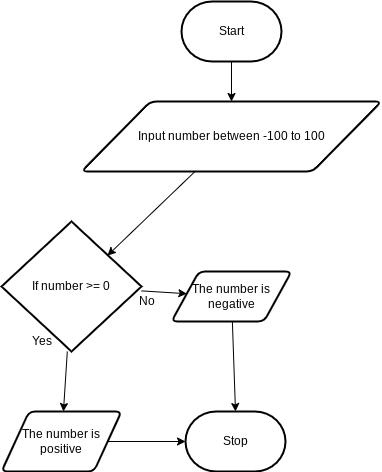
Before: design/flowchart.png, a diagram exported from draw.io (marshall-demars/ICS20-Unit5-02-JS). Source tidied: cells renumbered, new cells last; positions are measured from the earlier drawing's top-left corner, leaving out a move shared by most shapes. Source of this version:
```xml
<mxGraphModel>
  <root>
    <mxCell id="0" />
    <mxCell id="1" parent="0" />
    <mxCell id="2" style="edgeStyle=none;html=1;entryX=0.5;entryY=0;entryDx=0;entryDy=0;" parent="1" edge="1" source="3" target="5">
      <mxGeometry relative="1" as="geometry" />
    </mxCell>
    <mxCell id="3" value="Start" style="strokeWidth=2;html=1;shape=mxgraph.flowchart.terminator;whiteSpace=wrap;" parent="1" vertex="1">
      <mxGeometry x="180" width="100" height="60" as="geometry" />
    </mxCell>
    <mxCell id="4" style="edgeStyle=none;html=1;entryX=0.757;entryY=0.262;entryDx=0;entryDy=0;entryPerimeter=0;" parent="1" edge="1" source="5" target="8">
      <mxGeometry relative="1" as="geometry" />
    </mxCell>
    <mxCell id="5" value="Input number between -100 to 100" style="shape=parallelogram;html=1;strokeWidth=2;perimeter=parallelogramPerimeter;whiteSpace=wrap;rounded=1;arcSize=12;size=0.23;" parent="1" vertex="1">
      <mxGeometry x="80" y="100" width="300" height="70" as="geometry" />
    </mxCell>
    <mxCell id="6" style="edgeStyle=none;html=1;" parent="1" edge="1" source="8" target="10">
      <mxGeometry relative="1" as="geometry" />
    </mxCell>
    <mxCell id="7" style="edgeStyle=none;html=1;" parent="1" edge="1" source="8" target="13">
      <mxGeometry relative="1" as="geometry" />
    </mxCell>
    <mxCell id="8" value="If number &amp;gt;= 0" style="strokeWidth=2;html=1;shape=mxgraph.flowchart.decision;whiteSpace=wrap;" parent="1" vertex="1">
      <mxGeometry y="220" width="140" height="130" as="geometry" />
    </mxCell>
    <mxCell id="9" style="edgeStyle=none;html=1;" parent="1" edge="1" source="10" target="11">
      <mxGeometry relative="1" as="geometry" />
    </mxCell>
    <mxCell id="10" value="The number is positive" style="shape=parallelogram;html=1;strokeWidth=2;perimeter=parallelogramPerimeter;whiteSpace=wrap;rounded=1;arcSize=12;size=0.23;" parent="1" vertex="1">
      <mxGeometry y="410" width="120" height="60" as="geometry" />
    </mxCell>
    <mxCell id="11" value="Stop" style="strokeWidth=2;html=1;shape=mxgraph.flowchart.terminator;whiteSpace=wrap;" parent="1" vertex="1">
      <mxGeometry x="184" y="410" width="100" height="60" as="geometry" />
    </mxCell>
    <mxCell id="12" style="edgeStyle=none;html=1;entryX=0.5;entryY=0;entryDx=0;entryDy=0;entryPerimeter=0;" parent="1" edge="1" source="13" target="11">
      <mxGeometry relative="1" as="geometry" />
    </mxCell>
    <mxCell id="13" value="The number is negative" style="shape=parallelogram;html=1;strokeWidth=2;perimeter=parallelogramPerimeter;whiteSpace=wrap;rounded=1;arcSize=12;size=0.23;" parent="1" vertex="1">
      <mxGeometry x="170" y="270" width="120" height="50" as="geometry" />
    </mxCell>
    <mxCell id="14" value="Yes" style="text;html=1;align=center;verticalAlign=middle;fillColor=none;strokeColor=none;rounded=0;" parent="1" vertex="1">
      <mxGeometry x="20" y="330" width="40" height="20" as="geometry" />
    </mxCell>
    <mxCell id="15" value="No" style="text;html=1;align=center;verticalAlign=middle;fillColor=none;strokeColor=none;rounded=0;" parent="1" vertex="1">
      <mxGeometry x="130" y="290" width="30" height="20" as="geometry" />
    </mxCell>
  </root>
</mxGraphModel>
```
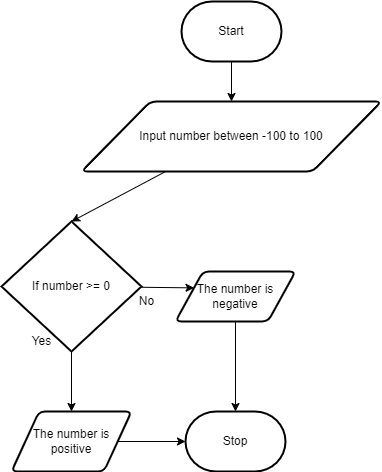
Later version of the same file.

What changed in the source:
```diff
@@ -8,7 +8,7 @@
     <mxCell id="3" value="Start" style="strokeWidth=2;html=1;shape=mxgraph.flowchart.terminator;whiteSpace=wrap;" parent="1" vertex="1">
       <mxGeometry x="180" width="100" height="60" as="geometry" />
     </mxCell>
-    <mxCell id="4" style="edgeStyle=none;html=1;entryX=0.757;entryY=0.262;entryDx=0;entryDy=0;entryPerimeter=0;" parent="1" edge="1" source="5" target="8">
+    <mxCell id="4" style="edgeStyle=none;html=1;entryX=0.5;entryY=0;entryDx=0;entryDy=0;entryPerimeter=0;" parent="1" edge="1" source="5" target="8">
       <mxGeometry relative="1" as="geometry" />
     </mxCell>
     <mxCell id="5" value="Input number between -100 to 100" style="shape=parallelogram;html=1;strokeWidth=2;perimeter=parallelogramPerimeter;whiteSpace=wrap;rounded=1;arcSize=12;size=0.23;" parent="1" vertex="1">
@@ -17,7 +17,7 @@
     <mxCell id="6" style="edgeStyle=none;html=1;" parent="1" edge="1" source="8" target="10">
       <mxGeometry relative="1" as="geometry" />
     </mxCell>
-    <mxCell id="7" style="edgeStyle=none;html=1;" parent="1" edge="1" source="8" target="13">
+    <mxCell id="7" style="edgeStyle=none;html=1;entryX=0;entryY=0.25;entryDx=0;entryDy=0;" parent="1" edge="1" source="8" target="13">
       <mxGeometry relative="1" as="geometry" />
     </mxCell>
     <mxCell id="8" value="If number &amp;gt;= 0" style="strokeWidth=2;html=1;shape=mxgraph.flowchart.decision;whiteSpace=wrap;" parent="1" vertex="1">
@@ -27,7 +27,7 @@
       <mxGeometry relative="1" as="geometry" />
     </mxCell>
     <mxCell id="10" value="The number is positive" style="shape=parallelogram;html=1;strokeWidth=2;perimeter=parallelogramPerimeter;whiteSpace=wrap;rounded=1;arcSize=12;size=0.23;" parent="1" vertex="1">
-      <mxGeometry y="410" width="120" height="60" as="geometry" />
+      <mxGeometry x="10" y="410" width="120" height="60" as="geometry" />
     </mxCell>
     <mxCell id="11" value="Stop" style="strokeWidth=2;html=1;shape=mxgraph.flowchart.terminator;whiteSpace=wrap;" parent="1" vertex="1">
       <mxGeometry x="184" y="410" width="100" height="60" as="geometry" />
@@ -36,7 +36,7 @@
       <mxGeometry relative="1" as="geometry" />
     </mxCell>
     <mxCell id="13" value="The number is negative" style="shape=parallelogram;html=1;strokeWidth=2;perimeter=parallelogramPerimeter;whiteSpace=wrap;rounded=1;arcSize=12;size=0.23;" parent="1" vertex="1">
-      <mxGeometry x="170" y="270" width="120" height="50" as="geometry" />
+      <mxGeometry x="174" y="270" width="120" height="50" as="geometry" />
     </mxCell>
     <mxCell id="14" value="Yes" style="text;html=1;align=center;verticalAlign=middle;fillColor=none;strokeColor=none;rounded=0;" parent="1" vertex="1">
       <mxGeometry x="20" y="330" width="40" height="20" as="geometry" />
```
